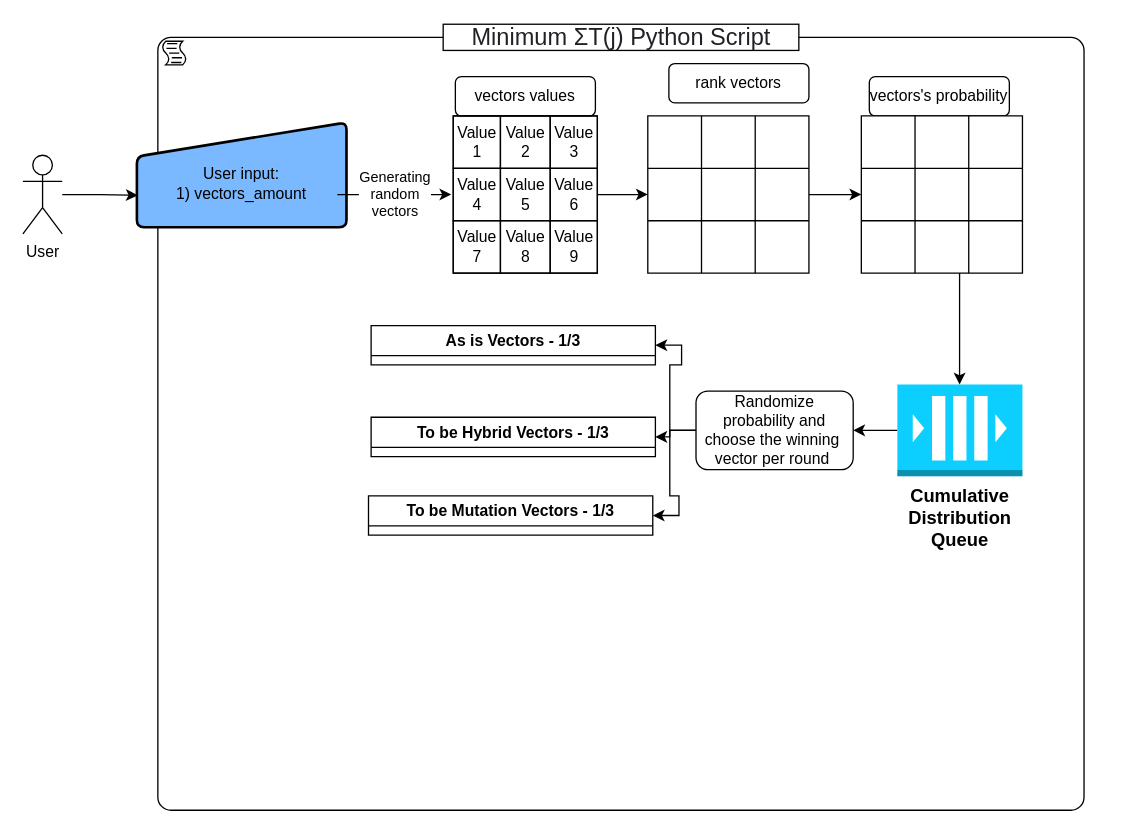
tamirzitman/Genetic-Algorithm keeps this draw.io diagram as Flow Diagram.drawio. Above is the earlier version. Source tidied: cells renumbered, new cells numbered last; positions are measured from the earlier drawing's top-left corner, leaving out a move shared by most shapes. Both pictures are drawn from the tidied source at 131%, with x=0, y=0 at pixel (22, 24).
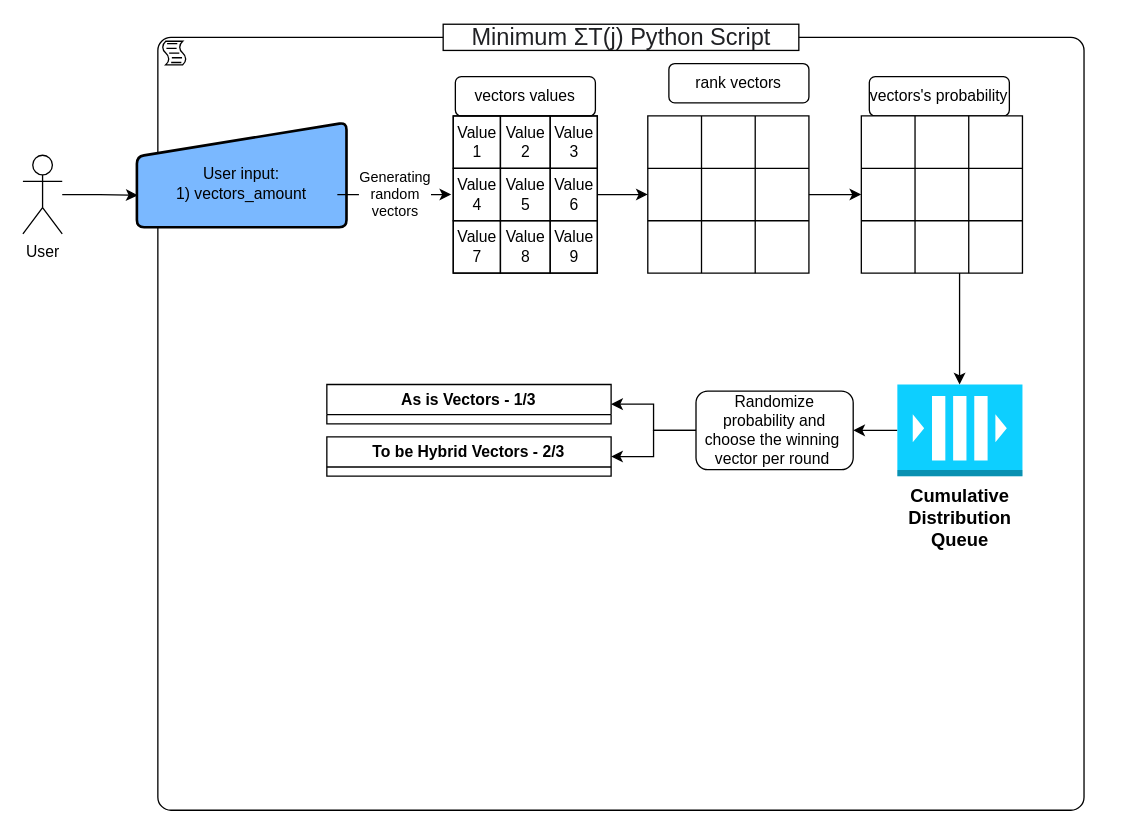
After the change.

The change refers to these unchanged cells:
```xml
<mxCell id="2" style="shape=mxgraph.bpmn.task;whiteSpace=wrap;rectStyle=rounded;size=10;html=1;taskMarker=script;" parent="1" vertex="1">
  <mxGeometry x="103" y="10" width="707" height="590" as="geometry" />
</mxCell>
<mxCell id="62" value="Randomize probability and choose the winning&amp;nbsp; vector per round&amp;nbsp;" style="rounded=1;whiteSpace=wrap;html=1;" parent="2" vertex="1">
  <mxGeometry x="410.8" y="270" width="120" height="60" as="geometry" />
</mxCell>
```

The edit, as a diff of the source:
```diff
@@
-    <mxCell id="60" style="edgeStyle=orthogonalEdgeStyle;rounded=0;jettySize=auto;html=1;entryX=1;entryY=0.5;entryDx=0;entryDy=0;" parent="2" edge="1" source="62" target="68">
-      <mxGeometry relative="1" as="geometry" />
-    </mxCell>
@@
     <mxCell id="67" value="As is Vectors - 1/3" style="swimlane;whiteSpace=wrap;html=1;" parent="2" vertex="1" collapsed="1">
-      <mxGeometry x="162.8" y="220" width="217" height="30" as="geometry" />
+      <mxGeometry x="129" y="265" width="217" height="30" as="geometry" />
     </mxCell>
-    <mxCell id="68" value="To be Hybrid Vectors - 1/3" style="swimlane;whiteSpace=wrap;html=1;" parent="2" vertex="1" collapsed="1">
-      <mxGeometry x="162.8" y="290" width="217" height="30" as="geometry" />
-    </mxCell>
-    <mxCell id="69" value="To be Mutation Vectors - 1/3" style="swimlane;whiteSpace=wrap;html=1;" parent="2" vertex="1" collapsed="1">
-      <mxGeometry x="160.8" y="350" width="217" height="30" as="geometry" />
+    <mxCell id="69" value="To be Hybrid Vectors - 2/3" style="swimlane;whiteSpace=wrap;html=1;" parent="2" vertex="1" collapsed="1">
+      <mxGeometry x="129" y="305" width="217" height="30" as="geometry" />
     </mxCell>
```
